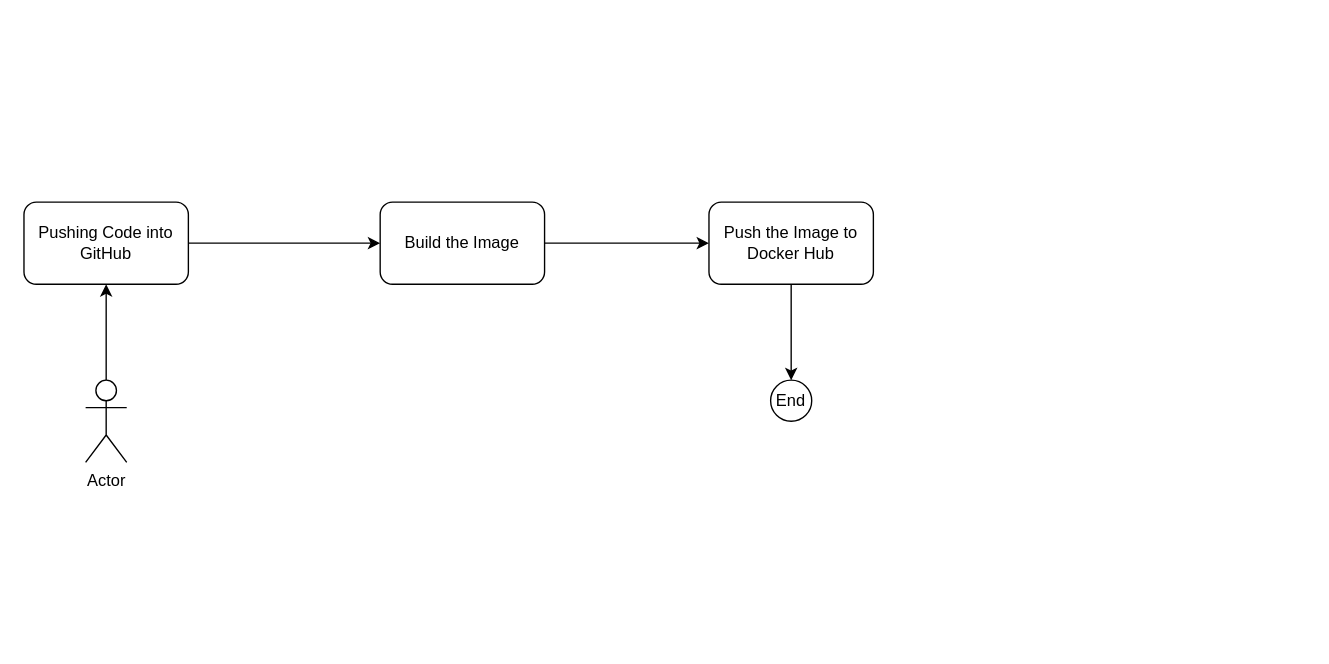
peeb01/action-nxz-carrer keeps this draw.io diagram as cicd-diagram/diagram.dio. Above is the earlier version. Source tidied: cells renumbered, new cells numbered last; positions are measured from the earlier drawing's top-left corner, leaving out a move shared by most shapes. Both pictures are drawn from the tidied source at 137%, with x=0, y=0 at pixel (23, 201).
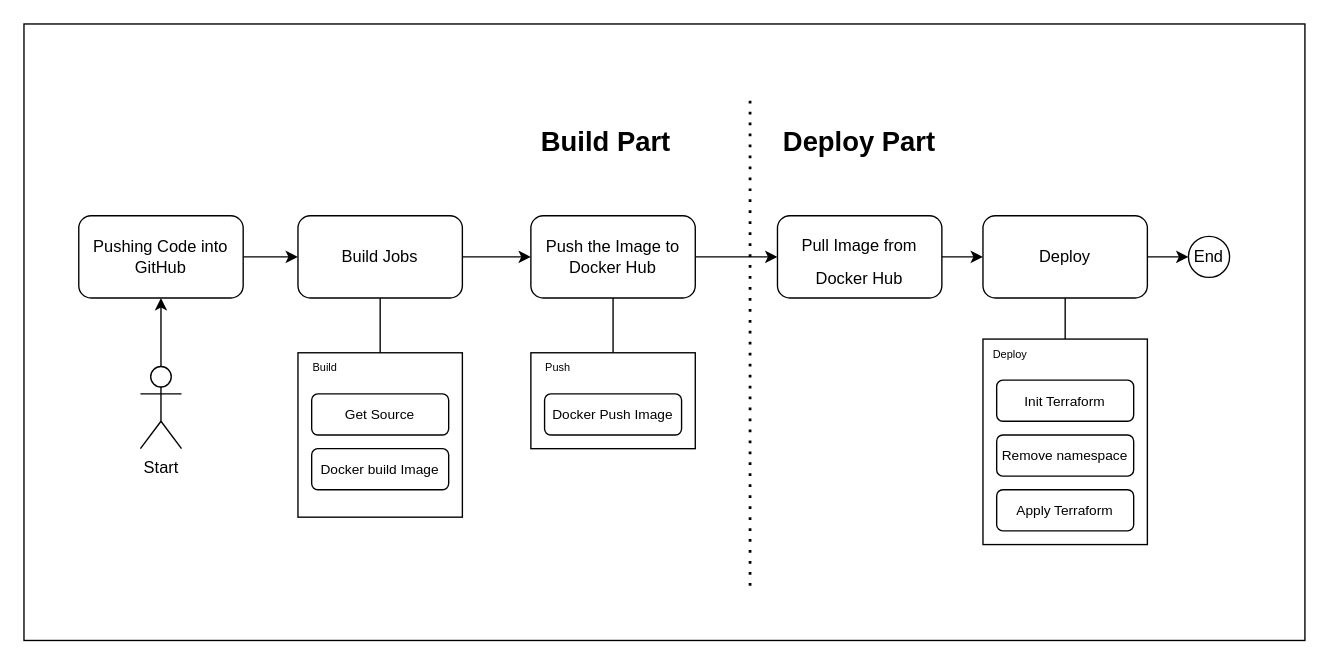
After the change.

What changed in the source:
```diff
@@
+    <mxCell id="11" style="rounded=0;whiteSpace=wrap;html=1;fontSize=10;" parent="1" vertex="1">
+      <mxGeometry y="-130" width="935" height="450" as="geometry" />
+    </mxCell>
@@
     <mxCell id="3" value="Pushing Code into GitHub" style="rounded=1;whiteSpace=wrap;html=1;" parent="1" vertex="1">
-      <mxGeometry width="120" height="60" as="geometry" />
+      <mxGeometry x="40" y="10" width="120" height="60" as="geometry" />
     </mxCell>
@@
-    <mxCell id="5" value="Actor" style="shape=umlActor;verticalLabelPosition=bottom;verticalAlign=top;html=1;outlineConnect=0;" parent="1" vertex="1">
-      <mxGeometry x="45" y="130" width="30" height="60" as="geometry" />
+    <mxCell id="5" value="Start" style="shape=umlActor;verticalLabelPosition=bottom;verticalAlign=top;html=1;outlineConnect=0;" parent="1" vertex="1">
+      <mxGeometry x="85" y="120" width="30" height="60" as="geometry" />
     </mxCell>
@@
-    <mxCell id="7" value="Build the Image" style="rounded=1;whiteSpace=wrap;html=1;" parent="1" vertex="1">
-      <mxGeometry x="260" width="120" height="60" as="geometry" />
+    <mxCell id="7" value="Build Jobs" style="rounded=1;whiteSpace=wrap;html=1;" parent="1" vertex="1">
+      <mxGeometry x="200" y="10" width="120" height="60" as="geometry" />
     </mxCell>
-    <mxCell id="8" style="edgeStyle=none;html=1;entryX=0.5;entryY=0;entryDx=0;entryDy=0;" parent="1" edge="1" source="9" target="10">
+    <mxCell id="8" style="edgeStyle=none;html=1;entryX=0;entryY=0.5;entryDx=0;entryDy=0;" parent="1" edge="1" source="9" target="17">
       <mxGeometry relative="1" as="geometry" />
     </mxCell>
     <mxCell id="9" value="Push the Image to Docker Hub" style="rounded=1;whiteSpace=wrap;html=1;" parent="1" vertex="1">
-      <mxGeometry x="500" width="120" height="60" as="geometry" />
+      <mxGeometry x="370" y="10" width="120" height="60" as="geometry" />
     </mxCell>
     <mxCell id="10" value="End" style="ellipse;whiteSpace=wrap;html=1;" parent="1" vertex="1">
-      <mxGeometry x="545" y="130" width="30" height="30" as="geometry" />
+      <mxGeometry x="850" y="25" width="30" height="30" as="geometry" />
     </mxCell>
+    <mxCell id="12" style="endArrow=none;html=1;fontSize=10;entryX=0.5;entryY=1;entryDx=0;entryDy=0;exitX=0.5;exitY=0;exitDx=0;exitDy=0;" parent="1" edge="1" source="27" target="7">
+      <mxGeometry relative="1" as="geometry" />
+    </mxCell>
+    <mxCell id="13" style="endArrow=none;html=1;fontSize=10;exitX=0.5;exitY=1;exitDx=0;exitDy=0;entryX=0.5;entryY=0;entryDx=0;entryDy=0;" parent="1" edge="1" source="9" target="23">
+      <mxGeometry relative="1" as="geometry" />
+    </mxCell>
+    <mxCell id="14" style="endArrow=none;dashed=1;html=1;dashPattern=1 3;strokeWidth=2;fontSize=10;" parent="1" edge="1">
+      <mxGeometry relative="1" as="geometry">
+        <mxPoint x="530" y="280" as="sourcePoint" />
+        <mxPoint x="530" y="-80" as="targetPoint" />
+      </mxGeometry>
+    </mxCell>
+    <mxCell id="15" value="&lt;b&gt;&lt;font style=&quot;font-size: 20px;&quot;&gt;Build Part&lt;/font&gt;&lt;/b&gt;" style="text;html=1;strokeColor=none;fillColor=none;align=center;verticalAlign=middle;whiteSpace=wrap;rounded=0;fontSize=10;" parent="1" vertex="1">
+      <mxGeometry x="355" y="-60" width="140" height="30" as="geometry" />
+    </mxCell>
+    <mxCell id="16" style="edgeStyle=none;html=1;entryX=0;entryY=0.5;entryDx=0;entryDy=0;fontSize=12;" parent="1" edge="1" source="17" target="19">
+      <mxGeometry relative="1" as="geometry" />
+    </mxCell>
+    <mxCell id="17" value="&lt;font style=&quot;font-size: 12px;&quot;&gt;Pull Image from Docker Hub&lt;/font&gt;" style="rounded=1;whiteSpace=wrap;html=1;fontSize=20;" parent="1" vertex="1">
+      <mxGeometry x="550" y="10" width="120" height="60" as="geometry" />
+    </mxCell>
+    <mxCell id="18" style="edgeStyle=none;html=1;entryX=0;entryY=0.5;entryDx=0;entryDy=0;fontSize=10;" parent="1" edge="1" source="19" target="10">
+      <mxGeometry relative="1" as="geometry" />
+    </mxCell>
+    <mxCell id="19" value="Deploy" style="rounded=1;whiteSpace=wrap;html=1;fontSize=12;" parent="1" vertex="1">
+      <mxGeometry x="700" y="10" width="120" height="60" as="geometry" />
+    </mxCell>
+    <mxCell id="20" style="endArrow=none;html=1;fontSize=12;entryX=0.5;entryY=1;entryDx=0;entryDy=0;exitX=0.5;exitY=0;exitDx=0;exitDy=0;" parent="1" edge="1" source="32" target="19">
+      <mxGeometry relative="1" as="geometry" />
+    </mxCell>
+    <mxCell id="21" value="&lt;b&gt;&lt;font style=&quot;font-size: 20px;&quot;&gt;Deploy Part&lt;/font&gt;&lt;/b&gt;" style="text;html=1;strokeColor=none;fillColor=none;align=center;verticalAlign=middle;whiteSpace=wrap;rounded=0;fontSize=10;" parent="1" vertex="1">
+      <mxGeometry x="540" y="-60" width="140" height="30" as="geometry" />
+    </mxCell>
+    <mxCell id="22" style="group;" parent="1" vertex="1">
+      <mxGeometry x="370" y="110" width="120" height="70" as="geometry" />
+    </mxCell>
+    <mxCell id="23" style="rounded=0;whiteSpace=wrap;html=1;fontSize=10;" parent="22" vertex="1">
+      <mxGeometry width="120" height="70" as="geometry" />
+    </mxCell>
+    <mxCell id="24" value="&lt;font style=&quot;font-size: 10px;&quot;&gt;Docker Push Image&lt;/font&gt;" style="rounded=1;whiteSpace=wrap;html=1;" parent="22" vertex="1">
+      <mxGeometry x="10" y="30" width="100" height="30" as="geometry" />
+    </mxCell>
+    <mxCell id="25" value="&lt;font style=&quot;font-size: 8px;&quot;&gt;Push&lt;/font&gt;" style="text;html=1;strokeColor=none;fillColor=none;align=center;verticalAlign=middle;whiteSpace=wrap;rounded=0;" parent="22" vertex="1">
+      <mxGeometry width="40" height="20" as="geometry" />
+    </mxCell>
+    <mxCell id="26" style="group;" parent="1" vertex="1">
+      <mxGeometry x="200" y="110" width="120" height="120" as="geometry" />
+    </mxCell>
+    <mxCell id="27" style="rounded=0;whiteSpace=wrap;html=1;align=center;" parent="26" vertex="1">
+      <mxGeometry width="120" height="120" as="geometry" />
+    </mxCell>
+    <mxCell id="28" value="&lt;font style=&quot;font-size: 10px;&quot;&gt;Get Source&lt;/font&gt;" style="rounded=1;whiteSpace=wrap;html=1;" parent="26" vertex="1">
+      <mxGeometry x="10" y="30" width="100" height="30" as="geometry" />
+    </mxCell>
+    <mxCell id="29" value="&lt;font style=&quot;font-size: 10px;&quot;&gt;Docker build Image&lt;/font&gt;" style="rounded=1;whiteSpace=wrap;html=1;" parent="26" vertex="1">
+      <mxGeometry x="10" y="70" width="100" height="30" as="geometry" />
+    </mxCell>
+    <mxCell id="30" value="&lt;font style=&quot;font-size: 8px;&quot;&gt;Build&lt;/font&gt;" style="text;html=1;strokeColor=none;fillColor=none;align=center;verticalAlign=middle;whiteSpace=wrap;rounded=0;" parent="26" vertex="1">
+      <mxGeometry width="40" height="20" as="geometry" />
+    </mxCell>
+    <mxCell id="31" style="group;" parent="1" vertex="1">
+      <mxGeometry x="700" y="100" width="120" height="150" as="geometry" />
+    </mxCell>
+    <mxCell id="32" style="rounded=0;whiteSpace=wrap;html=1;fontSize=12;" parent="31" vertex="1">
+      <mxGeometry width="120" height="150" as="geometry" />
+    </mxCell>
+    <mxCell id="33" value="&lt;font style=&quot;font-size: 10px;&quot;&gt;Init Terraform&lt;/font&gt;" style="rounded=1;whiteSpace=wrap;html=1;" parent="31" vertex="1">
+      <mxGeometry x="10" y="30" width="100" height="30" as="geometry" />
+    </mxCell>
+    <mxCell id="34" value="&lt;font style=&quot;font-size: 8px;&quot;&gt;Deploy&lt;/font&gt;" style="text;html=1;strokeColor=none;fillColor=none;align=center;verticalAlign=middle;whiteSpace=wrap;rounded=0;" parent="31" vertex="1">
+      <mxGeometry width="40" height="20" as="geometry" />
+    </mxCell>
+    <mxCell id="35" value="&lt;font style=&quot;font-size: 10px;&quot;&gt;Apply Terraform&lt;/font&gt;" style="rounded=1;whiteSpace=wrap;html=1;" parent="31" vertex="1">
+      <mxGeometry x="10" y="110" width="100" height="30" as="geometry" />
+    </mxCell>
+    <mxCell id="36" value="&lt;span style=&quot;font-size: 10px;&quot;&gt;Remove namespace&lt;/span&gt;" style="rounded=1;whiteSpace=wrap;html=1;" parent="31" vertex="1">
+      <mxGeometry x="10" y="70" width="100" height="30" as="geometry" />
+    </mxCell>
```
